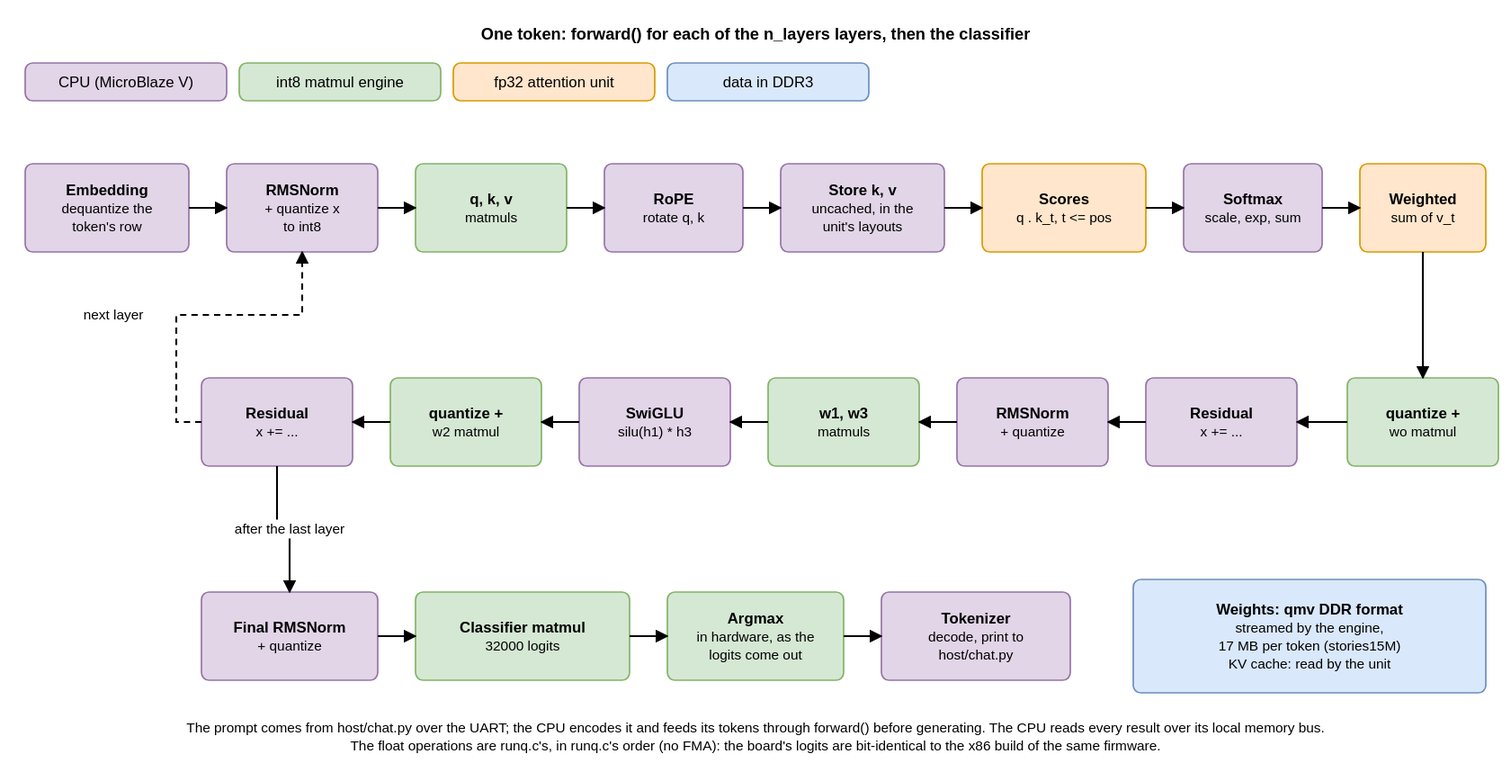
Earlier version of the draw.io export docs/diagrams/token_flow.drawio.svg (tenderribs/llm_fpga). Source tidied: cells renumbered, new cells last; positions are measured from the earlier drawing's top-left corner, leaving out a move shared by most shapes.
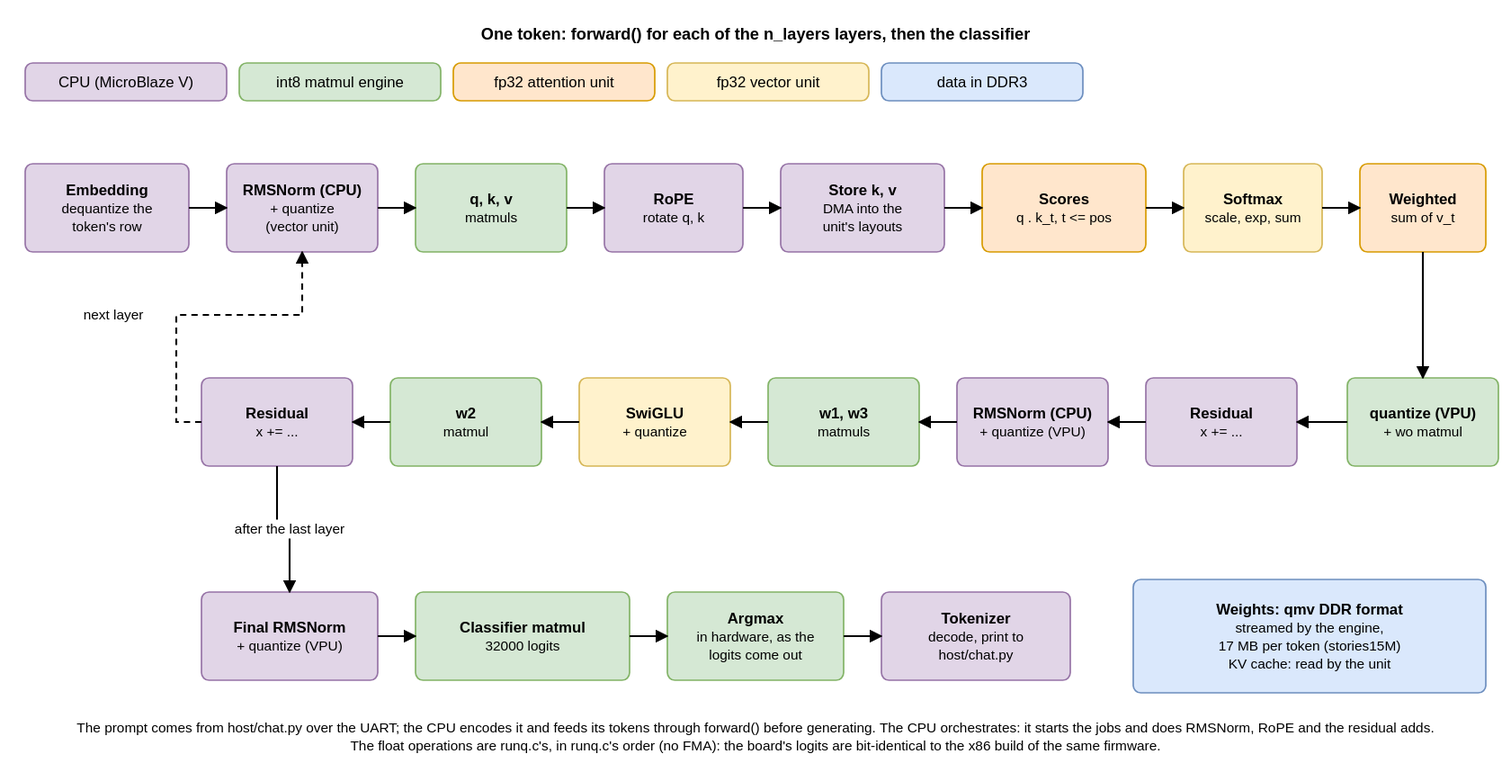
After the change.

Commit message:
Docs: diagrams with the vector unit, 8-lane attention, KV DMA

What changed in the source:
```diff
@@ -16,4 +16,7 @@
     </mxCell>
+    <mxCell id="49" value="fp32 vector unit" style="rounded=1;whiteSpace=wrap;html=1;fillColor=#fff2cc;strokeColor=#d6b656;fontFamily=Helvetica;fontSize=12;arcSize=6;absoluteArcSize=1;" parent="1" vertex="1">
+      <mxGeometry x="510" y="35" width="160" height="30" as="geometry" />
+    </mxCell>
     <mxCell id="6" value="data in DDR3" style="rounded=1;whiteSpace=wrap;html=1;fillColor=#dae8fc;strokeColor=#6c8ebf;fontFamily=Helvetica;fontSize=12;arcSize=6;absoluteArcSize=1;" parent="1" vertex="1">
-      <mxGeometry x="510" y="35" width="160" height="30" as="geometry" />
+      <mxGeometry x="680" y="35" width="160" height="30" as="geometry" />
     </mxCell>
@@ -22,3 +25,3 @@
     </mxCell>
-    <mxCell id="8" value="&lt;b&gt;RMSNorm&lt;/b&gt;&lt;br&gt;&lt;font style=&quot;font-size: 11px;&quot;&gt;+ quantize x&lt;/font&gt;&lt;br&gt;&lt;font style=&quot;font-size: 11px;&quot;&gt;to int8&lt;/font&gt;" style="rounded=1;whiteSpace=wrap;html=1;fillColor=#e1d5e7;strokeColor=#9673a6;fontFamily=Helvetica;fontSize=12;arcSize=6;absoluteArcSize=1;" parent="1" vertex="1">
+    <mxCell id="8" value="&lt;b&gt;RMSNorm (CPU)&lt;/b&gt;&lt;br&gt;&lt;font style=&quot;font-size: 11px;&quot;&gt;+ quantize&lt;/font&gt;&lt;br&gt;&lt;font style=&quot;font-size: 11px;&quot;&gt;(vector unit)&lt;/font&gt;" style="rounded=1;whiteSpace=wrap;html=1;fillColor=#e1d5e7;strokeColor=#9673a6;fontFamily=Helvetica;fontSize=12;arcSize=6;absoluteArcSize=1;" parent="1" vertex="1">
       <mxGeometry x="160" y="115" width="120" height="70" as="geometry" />
@@ -31,3 +34,3 @@
     </mxCell>
-    <mxCell id="11" value="&lt;b&gt;Store k, v&lt;/b&gt;&lt;br&gt;&lt;font style=&quot;font-size: 11px;&quot;&gt;uncached, in the&lt;/font&gt;&lt;br&gt;&lt;font style=&quot;font-size: 11px;&quot;&gt;unit&amp;#x27;s layouts&lt;/font&gt;" style="rounded=1;whiteSpace=wrap;html=1;fillColor=#e1d5e7;strokeColor=#9673a6;fontFamily=Helvetica;fontSize=12;arcSize=6;absoluteArcSize=1;" parent="1" vertex="1">
+    <mxCell id="11" value="&lt;b&gt;Store k, v&lt;/b&gt;&lt;br&gt;&lt;font style=&quot;font-size: 11px;&quot;&gt;DMA into the&lt;/font&gt;&lt;br&gt;&lt;font style=&quot;font-size: 11px;&quot;&gt;unit&amp;#x27;s layouts&lt;/font&gt;" style="rounded=1;whiteSpace=wrap;html=1;fillColor=#e1d5e7;strokeColor=#9673a6;fontFamily=Helvetica;fontSize=12;arcSize=6;absoluteArcSize=1;" parent="1" vertex="1">
       <mxGeometry x="600" y="115" width="130" height="70" as="geometry" />
@@ -37,3 +40,3 @@
     </mxCell>
-    <mxCell id="13" value="&lt;b&gt;Softmax&lt;/b&gt;&lt;br&gt;&lt;font style=&quot;font-size: 11px;&quot;&gt;scale, exp, sum&lt;/font&gt;" style="rounded=1;whiteSpace=wrap;html=1;fillColor=#e1d5e7;strokeColor=#9673a6;fontFamily=Helvetica;fontSize=12;arcSize=6;absoluteArcSize=1;" parent="1" vertex="1">
+    <mxCell id="13" value="&lt;b&gt;Softmax&lt;/b&gt;&lt;br&gt;&lt;font style=&quot;font-size: 11px;&quot;&gt;scale, exp, sum&lt;/font&gt;" style="rounded=1;whiteSpace=wrap;html=1;fillColor=#fff2cc;strokeColor=#d6b656;fontFamily=Helvetica;fontSize=12;arcSize=6;absoluteArcSize=1;" parent="1" vertex="1">
       <mxGeometry x="920" y="115" width="110" height="70" as="geometry" />
@@ -43,3 +46,3 @@
     </mxCell>
-    <mxCell id="15" value="&lt;b&gt;quantize +&lt;/b&gt;&lt;br&gt;&lt;font style=&quot;font-size: 11px;&quot;&gt;wo matmul&lt;/font&gt;" style="rounded=1;whiteSpace=wrap;html=1;fillColor=#d5e8d4;strokeColor=#82b366;fontFamily=Helvetica;fontSize=12;arcSize=6;absoluteArcSize=1;" parent="1" vertex="1">
+    <mxCell id="15" value="&lt;b&gt;quantize (VPU)&lt;/b&gt;&lt;br&gt;&lt;font style=&quot;font-size: 11px;&quot;&gt;+ wo matmul&lt;/font&gt;" style="rounded=1;whiteSpace=wrap;html=1;fillColor=#d5e8d4;strokeColor=#82b366;fontFamily=Helvetica;fontSize=12;arcSize=6;absoluteArcSize=1;" parent="1" vertex="1">
       <mxGeometry x="1050" y="285" width="120" height="70" as="geometry" />
@@ -49,3 +52,3 @@
     </mxCell>
-    <mxCell id="17" value="&lt;b&gt;RMSNorm&lt;/b&gt;&lt;br&gt;&lt;font style=&quot;font-size: 11px;&quot;&gt;+ quantize&lt;/font&gt;" style="rounded=1;whiteSpace=wrap;html=1;fillColor=#e1d5e7;strokeColor=#9673a6;fontFamily=Helvetica;fontSize=12;arcSize=6;absoluteArcSize=1;" parent="1" vertex="1">
+    <mxCell id="17" value="&lt;b&gt;RMSNorm (CPU)&lt;/b&gt;&lt;br&gt;&lt;font style=&quot;font-size: 11px;&quot;&gt;+ quantize (VPU)&lt;/font&gt;" style="rounded=1;whiteSpace=wrap;html=1;fillColor=#e1d5e7;strokeColor=#9673a6;fontFamily=Helvetica;fontSize=12;arcSize=6;absoluteArcSize=1;" parent="1" vertex="1">
       <mxGeometry x="740" y="285" width="120" height="70" as="geometry" />
@@ -55,6 +58,6 @@
     </mxCell>
-    <mxCell id="19" value="&lt;b&gt;SwiGLU&lt;/b&gt;&lt;br&gt;&lt;font style=&quot;font-size: 11px;&quot;&gt;silu(h1) * h3&lt;/font&gt;" style="rounded=1;whiteSpace=wrap;html=1;fillColor=#e1d5e7;strokeColor=#9673a6;fontFamily=Helvetica;fontSize=12;arcSize=6;absoluteArcSize=1;" parent="1" vertex="1">
+    <mxCell id="19" value="&lt;b&gt;SwiGLU&lt;/b&gt;&lt;br&gt;&lt;font style=&quot;font-size: 11px;&quot;&gt;+ quantize&lt;/font&gt;" style="rounded=1;whiteSpace=wrap;html=1;fillColor=#fff2cc;strokeColor=#d6b656;fontFamily=Helvetica;fontSize=12;arcSize=6;absoluteArcSize=1;" parent="1" vertex="1">
       <mxGeometry x="440" y="285" width="120" height="70" as="geometry" />
     </mxCell>
-    <mxCell id="20" value="&lt;b&gt;quantize +&lt;/b&gt;&lt;br&gt;&lt;font style=&quot;font-size: 11px;&quot;&gt;w2 matmul&lt;/font&gt;" style="rounded=1;whiteSpace=wrap;html=1;fillColor=#d5e8d4;strokeColor=#82b366;fontFamily=Helvetica;fontSize=12;arcSize=6;absoluteArcSize=1;" parent="1" vertex="1">
+    <mxCell id="20" value="&lt;b&gt;w2&lt;/b&gt;&lt;br&gt;&lt;font style=&quot;font-size: 11px;&quot;&gt;matmul&lt;/font&gt;" style="rounded=1;whiteSpace=wrap;html=1;fillColor=#d5e8d4;strokeColor=#82b366;fontFamily=Helvetica;fontSize=12;arcSize=6;absoluteArcSize=1;" parent="1" vertex="1">
       <mxGeometry x="290" y="285" width="120" height="70" as="geometry" />
@@ -64,3 +67,3 @@
     </mxCell>
-    <mxCell id="22" value="&lt;b&gt;Final RMSNorm&lt;/b&gt;&lt;br&gt;&lt;font style=&quot;font-size: 11px;&quot;&gt;+ quantize&lt;/font&gt;" style="rounded=1;whiteSpace=wrap;html=1;fillColor=#e1d5e7;strokeColor=#9673a6;fontFamily=Helvetica;fontSize=12;arcSize=6;absoluteArcSize=1;" parent="1" vertex="1">
+    <mxCell id="22" value="&lt;b&gt;Final RMSNorm&lt;/b&gt;&lt;br&gt;&lt;font style=&quot;font-size: 11px;&quot;&gt;+ quantize (VPU)&lt;/font&gt;" style="rounded=1;whiteSpace=wrap;html=1;fillColor=#e1d5e7;strokeColor=#9673a6;fontFamily=Helvetica;fontSize=12;arcSize=6;absoluteArcSize=1;" parent="1" vertex="1">
       <mxGeometry x="140" y="455" width="140" height="70" as="geometry" />
@@ -79,53 +82,53 @@
     </mxCell>
-    <mxCell id="27" style="edgeStyle=none;html=1;rounded=0;endArrow=block;endFill=1;strokeColor=#000000;strokeWidth=1.5;exitX=1;exitY=0.5;exitDx=0;exitDy=0;entryX=0;entryY=0.5;entryDx=0;entryDy=0;" parent="1" edge="1" source="7" target="8">
-      <mxGeometry relative="1" as="geometry" />
-    </mxCell>
-    <mxCell id="28" style="edgeStyle=none;html=1;rounded=0;endArrow=block;endFill=1;strokeColor=#000000;strokeWidth=1.5;exitX=1;exitY=0.5;exitDx=0;exitDy=0;entryX=0;entryY=0.5;entryDx=0;entryDy=0;" parent="1" edge="1" source="8" target="9">
+    <mxCell id="28" style="edgeStyle=none;html=1;rounded=0;endArrow=block;endFill=1;strokeColor=#000000;strokeWidth=1.5;exitX=1;exitY=0.5;exitDx=0;exitDy=0;entryX=0;entryY=0.5;entryDx=0;entryDy=0;" parent="1" edge="1" source="7" target="8">
       <mxGeometry relative="1" as="geometry" />
     </mxCell>
-    <mxCell id="29" style="edgeStyle=none;html=1;rounded=0;endArrow=block;endFill=1;strokeColor=#000000;strokeWidth=1.5;exitX=1;exitY=0.5;exitDx=0;exitDy=0;entryX=0;entryY=0.5;entryDx=0;entryDy=0;" parent="1" edge="1" source="9" target="10">
+    <mxCell id="29" style="edgeStyle=none;html=1;rounded=0;endArrow=block;endFill=1;strokeColor=#000000;strokeWidth=1.5;exitX=1;exitY=0.5;exitDx=0;exitDy=0;entryX=0;entryY=0.5;entryDx=0;entryDy=0;" parent="1" edge="1" source="8" target="9">
       <mxGeometry relative="1" as="geometry" />
     </mxCell>
-    <mxCell id="30" style="edgeStyle=none;html=1;rounded=0;endArrow=block;endFill=1;strokeColor=#000000;strokeWidth=1.5;exitX=1;exitY=0.5;exitDx=0;exitDy=0;entryX=0;entryY=0.5;entryDx=0;entryDy=0;" parent="1" edge="1" source="10" target="11">
+    <mxCell id="30" style="edgeStyle=none;html=1;rounded=0;endArrow=block;endFill=1;strokeColor=#000000;strokeWidth=1.5;exitX=1;exitY=0.5;exitDx=0;exitDy=0;entryX=0;entryY=0.5;entryDx=0;entryDy=0;" parent="1" edge="1" source="9" target="10">
       <mxGeometry relative="1" as="geometry" />
     </mxCell>
-    <mxCell id="31" style="edgeStyle=none;html=1;rounded=0;endArrow=block;endFill=1;strokeColor=#000000;strokeWidth=1.5;exitX=1;exitY=0.5;exitDx=0;exitDy=0;entryX=0;entryY=0.5;entryDx=0;entryDy=0;" parent="1" edge="1" source="11" target="12">
+    <mxCell id="31" style="edgeStyle=none;html=1;rounded=0;endArrow=block;endFill=1;strokeColor=#000000;strokeWidth=1.5;exitX=1;exitY=0.5;exitDx=0;exitDy=0;entryX=0;entryY=0.5;entryDx=0;entryDy=0;" parent="1" edge="1" source="10" target="11">
       <mxGeometry relative="1" as="geometry" />
     </mxCell>
-    <mxCell id="32" style="edgeStyle=none;html=1;rounded=0;endArrow=block;endFill=1;strokeColor=#000000;strokeWidth=1.5;exitX=1;exitY=0.5;exitDx=0;exitDy=0;entryX=0;entryY=0.5;entryDx=0;entryDy=0;" parent="1" edge="1" source="12" target="13">
+    <mxCell id="32" style="edgeStyle=none;html=1;rounded=0;endArrow=block;endFill=1;strokeColor=#000000;strokeWidth=1.5;exitX=1;exitY=0.5;exitDx=0;exitDy=0;entryX=0;entryY=0.5;entryDx=0;entryDy=0;" parent="1" edge="1" source="11" target="12">
       <mxGeometry relative="1" as="geometry" />
     </mxCell>
-    <mxCell id="33" style="edgeStyle=none;html=1;rounded=0;endArrow=block;endFill=1;strokeColor=#000000;strokeWidth=1.5;exitX=1;exitY=0.5;exitDx=0;exitDy=0;entryX=0;entryY=0.5;entryDx=0;entryDy=0;" parent="1" edge="1" source="13" target="14">
+    <mxCell id="33" style="edgeStyle=none;html=1;rounded=0;endArrow=block;endFill=1;strokeColor=#000000;strokeWidth=1.5;exitX=1;exitY=0.5;exitDx=0;exitDy=0;entryX=0;entryY=0.5;entryDx=0;entryDy=0;" parent="1" edge="1" source="12" target="13">
       <mxGeometry relative="1" as="geometry" />
     </mxCell>
-    <mxCell id="34" style="edgeStyle=none;html=1;rounded=0;endArrow=block;endFill=1;strokeColor=#000000;strokeWidth=1.5;exitX=0.5;exitY=1;exitDx=0;exitDy=0;entryX=0.5;entryY=0;entryDx=0;entryDy=0;" parent="1" edge="1" source="14" target="15">
+    <mxCell id="34" style="edgeStyle=none;html=1;rounded=0;endArrow=block;endFill=1;strokeColor=#000000;strokeWidth=1.5;exitX=1;exitY=0.5;exitDx=0;exitDy=0;entryX=0;entryY=0.5;entryDx=0;entryDy=0;" parent="1" edge="1" source="13" target="14">
       <mxGeometry relative="1" as="geometry" />
     </mxCell>
-    <mxCell id="35" style="edgeStyle=none;html=1;rounded=0;endArrow=block;endFill=1;strokeColor=#000000;strokeWidth=1.5;exitX=0;exitY=0.5;exitDx=0;exitDy=0;entryX=1;entryY=0.5;entryDx=0;entryDy=0;" parent="1" edge="1" source="15" target="16">
+    <mxCell id="35" style="edgeStyle=none;html=1;rounded=0;endArrow=block;endFill=1;strokeColor=#000000;strokeWidth=1.5;exitX=0.5;exitY=1;exitDx=0;exitDy=0;entryX=0.5;entryY=0;entryDx=0;entryDy=0;" parent="1" edge="1" source="14" target="15">
       <mxGeometry relative="1" as="geometry" />
     </mxCell>
-    <mxCell id="36" style="edgeStyle=none;html=1;rounded=0;endArrow=block;endFill=1;strokeColor=#000000;strokeWidth=1.5;exitX=0;exitY=0.5;exitDx=0;exitDy=0;entryX=1;entryY=0.5;entryDx=0;entryDy=0;" parent="1" edge="1" source="16" target="17">
+    <mxCell id="36" style="edgeStyle=none;html=1;rounded=0;endArrow=block;endFill=1;strokeColor=#000000;strokeWidth=1.5;exitX=0;exitY=0.5;exitDx=0;exitDy=0;entryX=1;entryY=0.5;entryDx=0;entryDy=0;" parent="1" edge="1" source="15" target="16">
       <mxGeometry relative="1" as="geometry" />
     </mxCell>
-    <mxCell id="37" style="edgeStyle=none;html=1;rounded=0;endArrow=block;endFill=1;strokeColor=#000000;strokeWidth=1.5;exitX=0;exitY=0.5;exitDx=0;exitDy=0;entryX=1;entryY=0.5;entryDx=0;entryDy=0;" parent="1" edge="1" source="17" target="18">
+    <mxCell id="37" style="edgeStyle=none;html=1;rounded=0;endArrow=block;endFill=1;strokeColor=#000000;strokeWidth=1.5;exitX=0;exitY=0.5;exitDx=0;exitDy=0;entryX=1;entryY=0.5;entryDx=0;entryDy=0;" parent="1" edge="1" source="16" target="17">
       <mxGeometry relative="1" as="geometry" />
     </mxCell>
-    <mxCell id="38" style="edgeStyle=none;html=1;rounded=0;endArrow=block;endFill=1;strokeColor=#000000;strokeWidth=1.5;exitX=0;exitY=0.5;exitDx=0;exitDy=0;entryX=1;entryY=0.5;entryDx=0;entryDy=0;" parent="1" edge="1" source="18" target="19">
+    <mxCell id="38" style="edgeStyle=none;html=1;rounded=0;endArrow=block;endFill=1;strokeColor=#000000;strokeWidth=1.5;exitX=0;exitY=0.5;exitDx=0;exitDy=0;entryX=1;entryY=0.5;entryDx=0;entryDy=0;" parent="1" edge="1" source="17" target="18">
       <mxGeometry relative="1" as="geometry" />
     </mxCell>
-    <mxCell id="39" style="edgeStyle=none;html=1;rounded=0;endArrow=block;endFill=1;strokeColor=#000000;strokeWidth=1.5;exitX=0;exitY=0.5;exitDx=0;exitDy=0;entryX=1;entryY=0.5;entryDx=0;entryDy=0;" parent="1" edge="1" source="19" target="20">
+    <mxCell id="39" style="edgeStyle=none;html=1;rounded=0;endArrow=block;endFill=1;strokeColor=#000000;strokeWidth=1.5;exitX=0;exitY=0.5;exitDx=0;exitDy=0;entryX=1;entryY=0.5;entryDx=0;entryDy=0;" parent="1" edge="1" source="18" target="19">
       <mxGeometry relative="1" as="geometry" />
     </mxCell>
-    <mxCell id="40" style="edgeStyle=none;html=1;rounded=0;endArrow=block;endFill=1;strokeColor=#000000;strokeWidth=1.5;exitX=0;exitY=0.5;exitDx=0;exitDy=0;entryX=1;entryY=0.5;entryDx=0;entryDy=0;" parent="1" edge="1" source="20" target="21">
+    <mxCell id="40" style="edgeStyle=none;html=1;rounded=0;endArrow=block;endFill=1;strokeColor=#000000;strokeWidth=1.5;exitX=0;exitY=0.5;exitDx=0;exitDy=0;entryX=1;entryY=0.5;entryDx=0;entryDy=0;" parent="1" edge="1" source="19" target="20">
       <mxGeometry relative="1" as="geometry" />
     </mxCell>
-    <mxCell id="41" style="edgeStyle=none;html=1;rounded=0;endArrow=block;endFill=1;strokeColor=#000000;strokeWidth=1.5;exitX=0;exitY=0.5;exitDx=0;exitDy=0;entryX=0.5;entryY=1;entryDx=0;entryDy=0;dashed=1;" parent="1" edge="1" source="21" target="8">
-      <mxGeometry relative="1" as="geometry">
-        <Array as="points">
-          <mxPoint x="120" y="320" />
-          <mxPoint x="120" y="235" />
-          <mxPoint x="220" y="235" />
-        </Array>
-      </mxGeometry>
+    <mxCell id="41" style="edgeStyle=none;html=1;rounded=0;endArrow=block;endFill=1;strokeColor=#000000;strokeWidth=1.5;exitX=0;exitY=0.5;exitDx=0;exitDy=0;entryX=1;entryY=0.5;entryDx=0;entryDy=0;" parent="1" edge="1" source="20" target="21">
+      <mxGeometry relative="1" as="geometry" />
     </mxCell>
+    <mxCell id="50" style="edgeStyle=none;html=1;rounded=0;endArrow=block;endFill=1;strokeColor=#000000;strokeWidth=1.5;exitX=0;exitY=0.5;exitDx=0;exitDy=0;entryX=0.5;entryY=1;entryDx=0;entryDy=0;dashed=1;" parent="1" edge="1" source="21" target="8">
+      <mxGeometry relative="1" as="geometry">
+        <Array as="points">
+          <mxPoint x="120" y="320" />
+          <mxPoint x="120" y="235" />
+          <mxPoint x="220" y="235" />
+        </Array>
+      </mxGeometry>
+    </mxCell>
     <mxCell id="42" value="next layer" style="text;html=1;align=center;verticalAlign=middle;fontFamily=Helvetica;fontSize=11;labelBackgroundColor=#ffffff;" parent="1" vertex="1">
@@ -144,12 +147,12 @@
     </mxCell>
-    <mxCell id="45" style="edgeStyle=none;html=1;rounded=0;endArrow=block;endFill=1;strokeColor=#000000;strokeWidth=1.5;exitX=1;exitY=0.5;exitDx=0;exitDy=0;entryX=0;entryY=0.5;entryDx=0;entryDy=0;" parent="1" edge="1" source="22" target="23">
-      <mxGeometry relative="1" as="geometry" />
-    </mxCell>
-    <mxCell id="46" style="edgeStyle=none;html=1;rounded=0;endArrow=block;endFill=1;strokeColor=#000000;strokeWidth=1.5;exitX=1;exitY=0.5;exitDx=0;exitDy=0;entryX=0;entryY=0.5;entryDx=0;entryDy=0;" parent="1" edge="1" source="23" target="24">
+    <mxCell id="46" style="edgeStyle=none;html=1;rounded=0;endArrow=block;endFill=1;strokeColor=#000000;strokeWidth=1.5;exitX=1;exitY=0.5;exitDx=0;exitDy=0;entryX=0;entryY=0.5;entryDx=0;entryDy=0;" parent="1" edge="1" source="22" target="23">
       <mxGeometry relative="1" as="geometry" />
     </mxCell>
-    <mxCell id="47" style="edgeStyle=none;html=1;rounded=0;endArrow=block;endFill=1;strokeColor=#000000;strokeWidth=1.5;exitX=1;exitY=0.5;exitDx=0;exitDy=0;entryX=0;entryY=0.5;entryDx=0;entryDy=0;" parent="1" edge="1" source="24" target="25">
+    <mxCell id="47" style="edgeStyle=none;html=1;rounded=0;endArrow=block;endFill=1;strokeColor=#000000;strokeWidth=1.5;exitX=1;exitY=0.5;exitDx=0;exitDy=0;entryX=0;entryY=0.5;entryDx=0;entryDy=0;" parent="1" edge="1" source="23" target="24">
       <mxGeometry relative="1" as="geometry" />
     </mxCell>
+    <mxCell id="51" style="edgeStyle=none;html=1;rounded=0;endArrow=block;endFill=1;strokeColor=#000000;strokeWidth=1.5;exitX=1;exitY=0.5;exitDx=0;exitDy=0;entryX=0;entryY=0.5;entryDx=0;entryDy=0;" parent="1" edge="1" source="24" target="25">
+      <mxGeometry relative="1" as="geometry" />
+    </mxCell>
-    <mxCell id="48" value="The prompt comes from host/chat.py over the UART; the CPU encodes it and feeds its tokens through forward() before generating. The CPU reads every result over its local memory bus.&lt;br&gt;The float operations are runq.c&amp;#x27;s, in runq.c&amp;#x27;s order (no FMA): the board&amp;#x27;s logits are bit-identical to the x86 build of the same firmware." style="text;html=1;align=center;verticalAlign=middle;fontFamily=Helvetica;fontSize=11;" parent="1" vertex="1">
+    <mxCell id="48" value="The prompt comes from host/chat.py over the UART; the CPU encodes it and feeds its tokens through forward() before generating. The CPU orchestrates: it starts the jobs and does RMSNorm, RoPE and the residual adds.&lt;br&gt;The float operations are runq.c&amp;#x27;s, in runq.c&amp;#x27;s order (no FMA): the board&amp;#x27;s logits are bit-identical to the x86 build of the same firmware." style="text;html=1;align=center;verticalAlign=middle;fontFamily=Helvetica;fontSize=11;" parent="1" vertex="1">
       <mxGeometry y="550" width="1160" height="40" as="geometry" />
```
